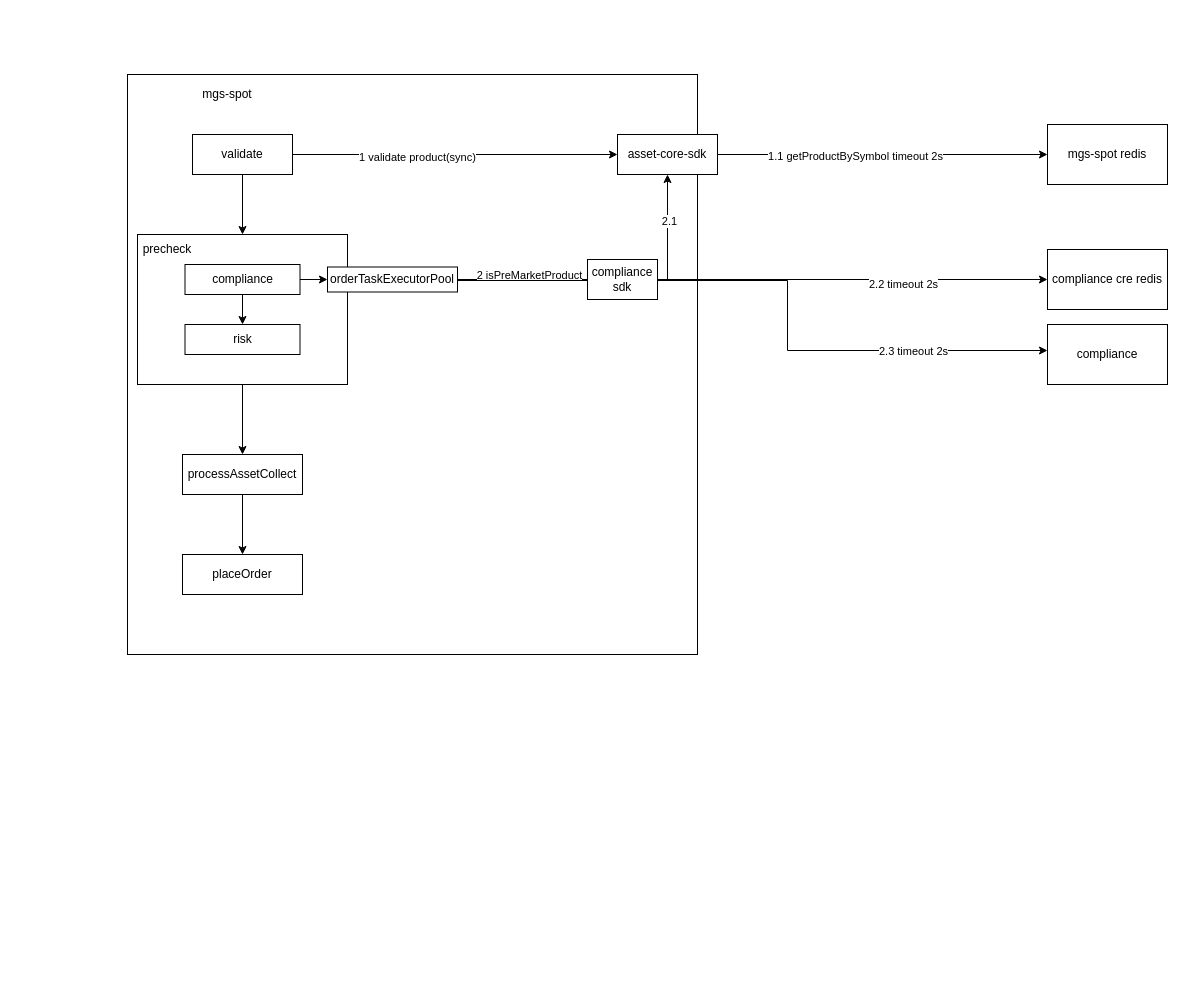
The draw.io diagram doc/mgs-spot.drawio in jackjoesh/databend, before the edit. Source tidied: cells renumbered, new cells numbered last; positions are measured from the earlier drawing's top-left corner, leaving out a move shared by most shapes. Both pictures are drawn from the tidied source at 100%, with x=0, y=0 at pixel (127, 74).
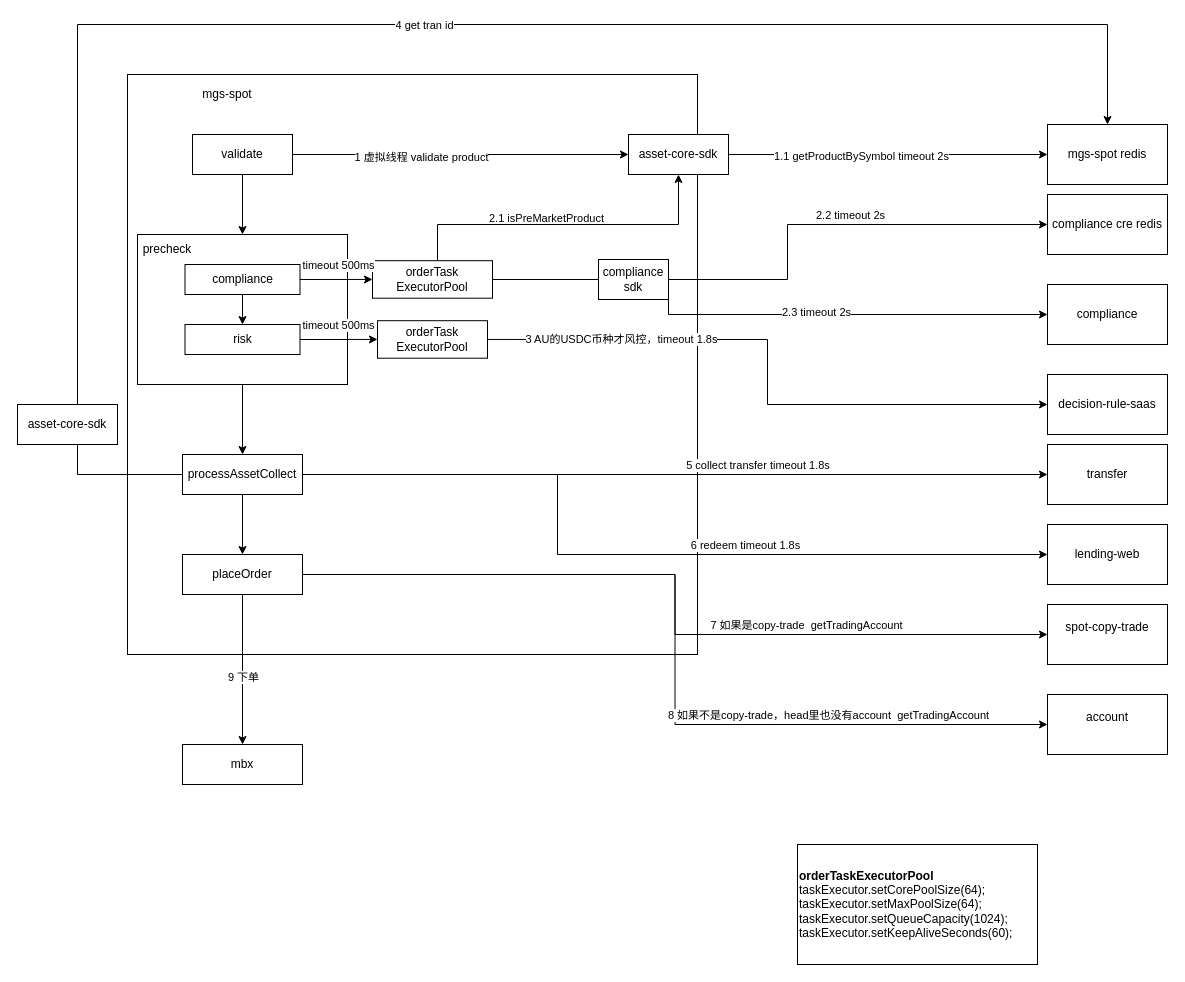
The same diagram, later.

Unchanged cells that the change refers to:
```xml
<mxCell id="6" style="edgeStyle=orthogonalEdgeStyle;rounded=0;jettySize=auto;html=1;exitX=1;exitY=0.5;exitDx=0;exitDy=0;" parent="1" edge="1" source="8" target="17">
  <mxGeometry relative="1" as="geometry" />
</mxCell>
<mxCell id="13" value="processAssetCollect" style="rounded=0;whiteSpace=wrap;html=1;" parent="1" vertex="1">
  <mxGeometry x="55" y="380" width="120" height="40" as="geometry" />
</mxCell>
<mxCell id="14" value="placeOrder" style="rounded=0;whiteSpace=wrap;html=1;" parent="1" vertex="1">
  <mxGeometry x="55" y="480" width="120" height="40" as="geometry" />
</mxCell>
<mxCell id="16" value="mgs-spot redis" style="rounded=0;whiteSpace=wrap;html=1;" parent="1" vertex="1">
  <mxGeometry x="920" y="50" width="120" height="60" as="geometry" />
</mxCell>
<mxCell id="22" value="risk" style="rounded=0;whiteSpace=wrap;html=1;" parent="1" vertex="1">
  <mxGeometry x="57.5" y="250" width="115" height="30" as="geometry" />
</mxCell>
```

Change to the diagram source:
```diff
@@
-    <mxCell id="7" value="1 validate product(sync)" style="edgeLabel;html=1;align=center;verticalAlign=middle;" parent="6" vertex="1">
+    <mxCell id="7" value="1 虚拟线程&amp;nbsp;validate product" style="edgeLabel;html=1;align=center;verticalAlign=middle;" parent="6" vertex="1">
       <mxGeometry x="-0.24" y="-2" relative="1" as="geometry" />
     </mxCell>
@@
+    <mxCell id="34" style="edgeStyle=orthogonalEdgeStyle;rounded=0;jettySize=auto;html=1;exitX=1;exitY=0.5;exitDx=0;exitDy=0;entryX=0;entryY=0.5;entryDx=0;entryDy=0;" parent="1" edge="1" source="13" target="44">
+      <mxGeometry relative="1" as="geometry" />
+    </mxCell>
+    <mxCell id="35" value="5 collect transfer&amp;nbsp;timeout 1.8s&amp;nbsp;" style="edgeLabel;html=1;align=center;verticalAlign=middle;" parent="34" vertex="1">
+      <mxGeometry x="-0.64" y="3" relative="1" as="geometry">
+        <mxPoint x="322" y="-7" as="offset" />
+      </mxGeometry>
+    </mxCell>
@@
+    <mxCell id="36" style="edgeStyle=orthogonalEdgeStyle;rounded=0;jettySize=auto;html=1;exitX=0.5;exitY=1;exitDx=0;exitDy=0;entryX=0.5;entryY=0;entryDx=0;entryDy=0;" parent="1" edge="1" source="14" target="58">
+      <mxGeometry relative="1" as="geometry" />
+    </mxCell>
+    <mxCell id="37" value="9 下单" style="edgeLabel;html=1;align=center;verticalAlign=middle;" parent="36" vertex="1">
+      <mxGeometry x="0.09" relative="1" as="geometry" />
+    </mxCell>
@@
     <mxCell id="17" value="asset-core-sdk" style="rounded=0;whiteSpace=wrap;html=1;" parent="1" vertex="1">
-      <mxGeometry x="490" y="60" width="100" height="40" as="geometry" />
+      <mxGeometry x="501" y="60" width="100" height="40" as="geometry" />
     </mxCell>
@@
+    <mxCell id="38" style="edgeStyle=orthogonalEdgeStyle;rounded=0;jettySize=auto;html=1;exitX=1;exitY=0.5;exitDx=0;exitDy=0;entryX=0;entryY=0.5;entryDx=0;entryDy=0;" parent="1" edge="1" source="22" target="41">
+      <mxGeometry relative="1" as="geometry" />
+    </mxCell>
@@
     <mxCell id="23" style="edgeStyle=orthogonalEdgeStyle;rounded=0;jettySize=auto;html=1;exitX=1;exitY=0.5;exitDx=0;exitDy=0;entryX=0.5;entryY=1;entryDx=0;entryDy=0;" parent="1" edge="1" source="25" target="17">
-      <mxGeometry relative="1" as="geometry" />
+      <mxGeometry relative="1" as="geometry">
+        <Array as="points">
+          <mxPoint x="310" y="205" />
+          <mxPoint x="310" y="150" />
+          <mxPoint x="551" y="150" />
+        </Array>
+      </mxGeometry>
     </mxCell>
-    <mxCell id="24" value="2.1" style="edgeLabel;html=1;align=center;verticalAlign=middle;" parent="23" vertex="1">
-      <mxGeometry x="0.71" y="-1" relative="1" as="geometry" />
-    </mxCell>
-    <mxCell id="25" value="orderTaskExecutorPool" style="rounded=0;whiteSpace=wrap;html=1;" parent="1" vertex="1">
-      <mxGeometry x="200" y="192.5" width="130" height="25" as="geometry" />
+    <mxCell id="25" value="orderTask&lt;div&gt;ExecutorPool&lt;/div&gt;" style="rounded=0;whiteSpace=wrap;html=1;" parent="1" vertex="1">
+      <mxGeometry x="245" y="186.2" width="120" height="37.5" as="geometry" />
     </mxCell>
     <mxCell id="26" value="compliance cre redis" style="rounded=0;whiteSpace=wrap;html=1;" parent="1" vertex="1">
-      <mxGeometry x="920" y="175" width="120" height="60" as="geometry" />
+      <mxGeometry x="920" y="120" width="120" height="60" as="geometry" />
     </mxCell>
-    <mxCell id="27" style="endArrow=classic;html=1;rounded=0;entryX=0;entryY=0.5;entryDx=0;entryDy=0;" parent="1" edge="1" target="26">
+    <mxCell id="27" style="endArrow=classic;html=1;rounded=0;edgeStyle=orthogonalEdgeStyle;" parent="1" edge="1">
       <mxGeometry relative="1" as="geometry">
-        <mxPoint x="330" y="205" as="sourcePoint" />
+        <mxPoint x="365" y="205" as="sourcePoint" />
+        <mxPoint x="920" y="150" as="targetPoint" />
+        <Array as="points">
+          <mxPoint x="660" y="205" />
+          <mxPoint x="660" y="150" />
+        </Array>
       </mxGeometry>
     </mxCell>
     <mxCell id="28" value="2.2 timeout 2s" style="edgeLabel;html=1;align=center;verticalAlign=middle;" parent="27" vertex="1">
-      <mxGeometry x="0.51" y="-4" relative="1" as="geometry" />
+      <mxGeometry x="0.51" y="-4" relative="1" as="geometry">
+        <mxPoint x="-49" y="-14" as="offset" />
+      </mxGeometry>
     </mxCell>
-    <mxCell id="29" value="2&amp;nbsp;isPreMarketProduct" style="edgeLabel;html=1;align=center;verticalAlign=middle;" parent="27" vertex="1">
-      <mxGeometry x="-0.75" y="2" relative="1" as="geometry">
-        <mxPoint x="-3" y="-3" as="offset" />
-      </mxGeometry>
-    </mxCell>
     <mxCell id="30" value="compliance" style="rounded=0;whiteSpace=wrap;html=1;" parent="1" vertex="1">
-      <mxGeometry x="920" y="250" width="120" height="60" as="geometry" />
+      <mxGeometry x="920" y="210" width="120" height="60" as="geometry" />
     </mxCell>
-    <mxCell id="31" style="endArrow=classic;html=1;rounded=0;entryX=0;entryY=0.5;entryDx=0;entryDy=0;edgeStyle=orthogonalEdgeStyle;" parent="1" edge="1">
-      <mxGeometry relative="1" as="geometry">
-        <mxPoint x="330" y="206" as="sourcePoint" />
-        <mxPoint x="920" y="276" as="targetPoint" />
-        <Array as="points">
-          <mxPoint x="330" y="206" />
-          <mxPoint x="660" y="206" />
-          <mxPoint x="660" y="276" />
-        </Array>
-      </mxGeometry>
-    </mxCell>
+    <mxCell id="33" value="compliance sdk" style="rounded=0;whiteSpace=wrap;html=1;" parent="1" vertex="1">
+      <mxGeometry x="471" y="185" width="70" height="40" as="geometry" />
+    </mxCell>
+    <mxCell id="39" style="edgeStyle=orthogonalEdgeStyle;rounded=0;jettySize=auto;html=1;exitX=1;exitY=0.5;exitDx=0;exitDy=0;entryX=0;entryY=0.5;entryDx=0;entryDy=0;" parent="1" edge="1" source="41" target="42">
+      <mxGeometry relative="1" as="geometry" />
+    </mxCell>
+    <mxCell id="40" value="3 AU的USDC币种才风控，timeout 1.8s" style="edgeLabel;html=1;align=center;verticalAlign=middle;" parent="39" vertex="1">
+      <mxGeometry x="-0.57" relative="1" as="geometry" />
+    </mxCell>
+    <mxCell id="41" value="orderTask&lt;div&gt;ExecutorPool&lt;/div&gt;" style="rounded=0;whiteSpace=wrap;html=1;" parent="1" vertex="1">
+      <mxGeometry x="250" y="246.2" width="110" height="37.5" as="geometry" />
+    </mxCell>
+    <mxCell id="42" value="decision-rule-saas" style="rounded=0;whiteSpace=wrap;html=1;" parent="1" vertex="1">
+      <mxGeometry x="920" y="300" width="120" height="60" as="geometry" />
+    </mxCell>
+    <mxCell id="43" value="&lt;div&gt;&lt;b&gt;orderTaskExecutorPool&lt;/b&gt;&lt;/div&gt;&lt;div&gt;taskExecutor.setCorePoolSize(64);&lt;/div&gt;&lt;div&gt;taskExecutor.setMaxPoolSize(64);&lt;/div&gt;&lt;div&gt;taskExecutor.setQueueCapacity(1024);&lt;/div&gt;&lt;div&gt;taskExecutor.setKeepAliveSeconds(60);&lt;/div&gt;" style="rounded=0;whiteSpace=wrap;html=1;align=left;" parent="1" vertex="1">
+      <mxGeometry x="670" y="770" width="240" height="120" as="geometry" />
+    </mxCell>
+    <mxCell id="44" value="transfer" style="rounded=0;whiteSpace=wrap;html=1;" parent="1" vertex="1">
+      <mxGeometry x="920" y="370" width="120" height="60" as="geometry" />
+    </mxCell>
+    <mxCell id="45" style="endArrow=classic;html=1;rounded=0;exitX=0;exitY=0.5;exitDx=0;exitDy=0;edgeStyle=orthogonalEdgeStyle;entryX=0.5;entryY=0;entryDx=0;entryDy=0;" parent="1" edge="1" source="13" target="16">
+      <mxGeometry relative="1" as="geometry">
+        <Array as="points">
+          <mxPoint x="-50" y="400" />
+          <mxPoint x="-50" y="-50" />
+          <mxPoint x="980" y="-50" />
+        </Array>
+      </mxGeometry>
+    </mxCell>
+    <mxCell id="46" value="4 get tran id" style="edgeLabel;html=1;align=center;verticalAlign=middle;" parent="45" vertex="1">
+      <mxGeometry x="0.07" relative="1" as="geometry" />
+    </mxCell>
+    <mxCell id="47" value="asset-core-sdk" style="rounded=0;whiteSpace=wrap;html=1;" parent="1" vertex="1">
+      <mxGeometry x="-110" y="330" width="100" height="40" as="geometry" />
+    </mxCell>
+    <mxCell id="48" value="lending-web" style="rounded=0;whiteSpace=wrap;html=1;" parent="1" vertex="1">
+      <mxGeometry x="920" y="450" width="120" height="60" as="geometry" />
+    </mxCell>
+    <mxCell id="49" style="endArrow=classic;html=1;rounded=0;entryX=0;entryY=0.5;entryDx=0;entryDy=0;strokeColor=none;edgeStyle=orthogonalEdgeStyle;" parent="1" edge="1" target="48">
+      <mxGeometry relative="1" as="geometry">
+        <mxPoint x="180" y="400" as="sourcePoint" />
+      </mxGeometry>
+    </mxCell>
+    <mxCell id="50" style="endArrow=classic;html=1;rounded=0;edgeStyle=orthogonalEdgeStyle;" parent="1" edge="1">
+      <mxGeometry relative="1" as="geometry">
+        <mxPoint x="180" y="400" as="sourcePoint" />
+        <mxPoint x="920" y="480" as="targetPoint" />
+        <Array as="points">
+          <mxPoint x="430" y="480" />
+        </Array>
+      </mxGeometry>
+    </mxCell>
+    <mxCell id="51" value="6&amp;nbsp;redeem&amp;nbsp;timeout 1.8s" style="edgeLabel;html=1;align=center;verticalAlign=middle;" parent="50" vertex="1">
+      <mxGeometry x="0.26" y="-1" relative="1" as="geometry">
+        <mxPoint y="-11" as="offset" />
+      </mxGeometry>
+    </mxCell>
+    <mxCell id="52" value="&lt;div&gt;spot-copy-trade&lt;/div&gt;&lt;div&gt;&lt;br&gt;&lt;/div&gt;" style="rounded=0;whiteSpace=wrap;html=1;" parent="1" vertex="1">
+      <mxGeometry x="920" y="530" width="120" height="60" as="geometry" />
+    </mxCell>
+    <mxCell id="53" value="&lt;div&gt;account&lt;/div&gt;&lt;div&gt;&lt;br&gt;&lt;/div&gt;" style="rounded=0;whiteSpace=wrap;html=1;" parent="1" vertex="1">
+      <mxGeometry x="920" y="620" width="120" height="60" as="geometry" />
+    </mxCell>
+    <mxCell id="54" style="endArrow=classic;html=1;rounded=0;entryX=0;entryY=0.5;entryDx=0;entryDy=0;edgeStyle=orthogonalEdgeStyle;exitX=1;exitY=0.5;exitDx=0;exitDy=0;" parent="1" edge="1" source="14" target="52">
+      <mxGeometry relative="1" as="geometry" />
+    </mxCell>
+    <mxCell id="55" value="7 如果是copy-trade&amp;nbsp; getTradingAccount" style="edgeLabel;html=1;align=center;verticalAlign=middle;" parent="54" vertex="1">
+      <mxGeometry x="0.35" relative="1" as="geometry">
+        <mxPoint x="20" y="-10" as="offset" />
+      </mxGeometry>
+    </mxCell>
+    <mxCell id="56" style="endArrow=classic;html=1;rounded=0;entryX=0;entryY=0.5;entryDx=0;entryDy=0;edgeStyle=orthogonalEdgeStyle;exitX=1;exitY=0.5;exitDx=0;exitDy=0;" parent="1" edge="1" source="14" target="53">
+      <mxGeometry relative="1" as="geometry" />
+    </mxCell>
+    <mxCell id="57" value="8 如果不是copy-trade，head里也没有account&amp;nbsp; getTradingAccount" style="edgeLabel;html=1;align=center;verticalAlign=middle;" parent="1" vertex="1">
+      <mxGeometry x="700" y="640" as="geometry" />
+    </mxCell>
+    <mxCell id="58" value="mbx" style="rounded=0;whiteSpace=wrap;html=1;" parent="1" vertex="1">
+      <mxGeometry x="55" y="670" width="120" height="40" as="geometry" />
+    </mxCell>
+    <mxCell id="59" value="timeout 500ms" style="edgeLabel;html=1;align=center;verticalAlign=middle;" parent="1" vertex="1">
+      <mxGeometry x="210" y="190" as="geometry" />
+    </mxCell>
+    <mxCell id="60" value="timeout 500ms" style="edgeLabel;html=1;align=center;verticalAlign=middle;" parent="1" vertex="1">
+      <mxGeometry x="210" y="250" as="geometry" />
+    </mxCell>
+    <mxCell id="61" style="endArrow=classic;html=1;rounded=0;edgeStyle=orthogonalEdgeStyle;exitX=1;exitY=0.5;exitDx=0;exitDy=0;" parent="1" edge="1" source="33">
+      <mxGeometry relative="1" as="geometry">
+        <mxPoint x="920" y="240" as="targetPoint" />
+        <Array as="points">
+          <mxPoint x="541" y="240" />
+        </Array>
+      </mxGeometry>
+    </mxCell>
-    <mxCell id="32" value="2.3 timeout 2s" style="edgeLabel;html=1;align=center;verticalAlign=middle;" parent="31" vertex="1">
-      <mxGeometry x="0.59" relative="1" as="geometry" />
+    <mxCell id="32" value="2.3 timeout 2s" style="edgeLabel;html=1;align=center;verticalAlign=middle;" parent="61" vertex="1">
+      <mxGeometry x="-0.12" y="3" relative="1" as="geometry" />
     </mxCell>
-    <mxCell id="33" value="compliance sdk" style="rounded=0;whiteSpace=wrap;html=1;" parent="1" vertex="1">
-      <mxGeometry x="460" y="185" width="70" height="40" as="geometry" />
-    </mxCell>
+    <mxCell id="62" value="&lt;span style=&quot;color: rgb(0, 0, 0); font-family: Helvetica; font-size: 11px; font-style: normal; font-variant-ligatures: normal; font-variant-caps: normal; font-weight: 400; letter-spacing: normal; orphans: 2; text-align: center; text-indent: 0px; text-transform: none; widows: 2; word-spacing: 0px; -webkit-text-stroke-width: 0px; white-space: nowrap; background-color: rgb(255, 255, 255); text-decoration-thickness: initial; text-decoration-style: initial; text-decoration-color: initial; float: none; display: inline !important;&quot;&gt;2.1 isPreMarketProduct&lt;/span&gt;" style="text;whiteSpace=wrap;html=1;" parent="1" vertex="1">
+      <mxGeometry x="360" y="130" width="120" height="20" as="geometry" />
+    </mxCell>
```
